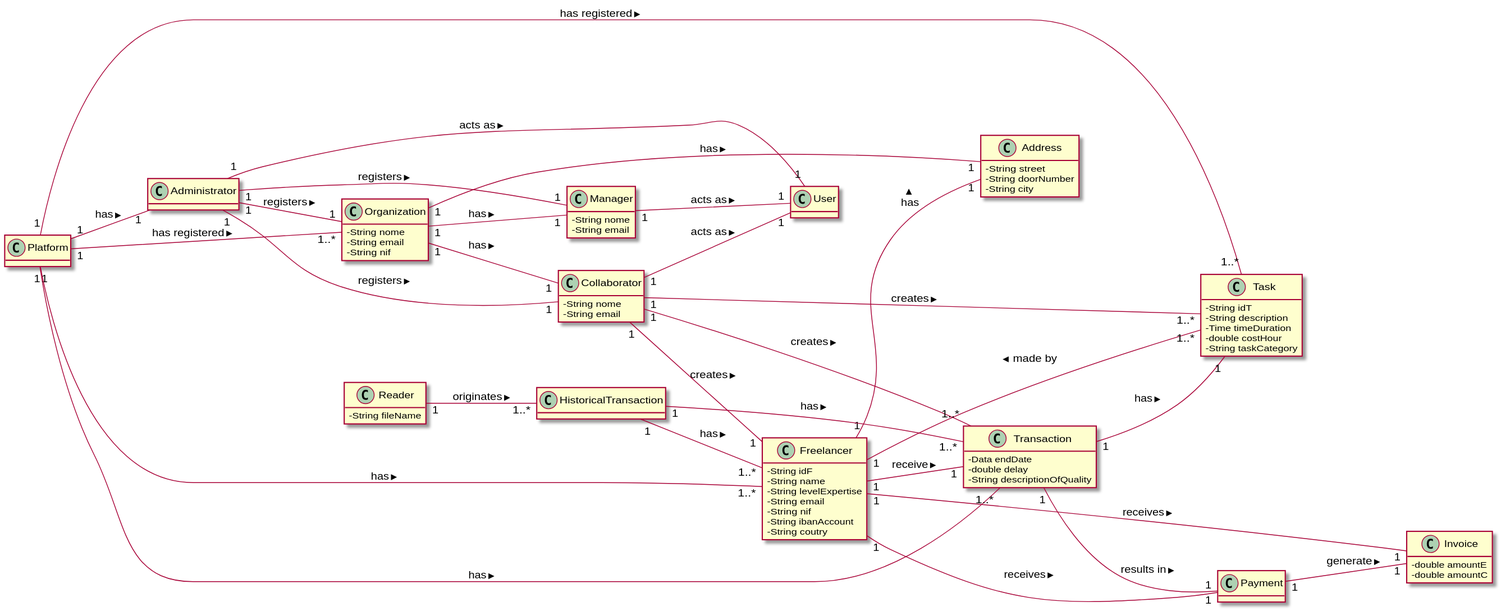
This is docs/MD/LAPR2_MD.svg from 1190452/LAPR2, a PlantUML export, as it was before one commit. Source of this version:
```plantuml
@startuml
skinparam classAttributeIconSize 0
hide methods
left to right direction

class Platform{
}
class Freelancer {
  -String idF
  -String name
  -String levelExpertise
  -String email
  -String nif
  -String ibanAccount
  -String coutry
}

class Organization {
  -String nome
  -String email
  -String nif
}

class Collaborator{
  -String nome
  -String email
}

class Task {
  -String idT
  -String description
  -Time timeDuration
  -double costHour
  -String taskCategory
}

class Manager {
  -String nome
  -String email
}

class User {
}

class Invoice {
  -double amountE
  -double amountC
}

class Transaction {
  -Data endDate
  -double delay
  -String descriptionOfQuality
}

class Address{
  -String street
  -String doorNumber
  -String city
}

class Administrator {
}

class Payment{
}

class Reader {
  -String fileName
}

class HistoricalTransaction{
}

Freelancer "1" -- "1" Transaction: receive >
Freelancer "1" -- "1" Invoice: receives >
Freelancer "1" -- "1" Payment: receives >
Freelancer "1" -- "1" Address: has >

Task "1..*" -- "1" Freelancer: made by >

Platform "1" -- "1..*" Transaction: has >
Platform "1" -- "1" Administrator: has >
Platform "1" -- "1..*" Organization: has registered >
Platform "1" -- "1..*" Freelancer: has >
Platform "1" -- "1..*" Task: has registered >

Organization "1" -- "1" Address: has >
Organization "1" -- "1" Manager: has >
Organization "1" -- "1" Collaborator: has >

Manager "1" -- "1" User: acts as >

Administrator "1" -- "1" Organization: registers >
Administrator "1" -- "1" User: acts as >
Administrator "1" -- "1" Collaborator: registers >
Administrator "1" -- "1" Manager: registers >

Transaction "1" -- "1" Payment: results in >
Transaction "1" -- "1" Task: has >


Payment "1" -- "1" Invoice: generate >


Reader "1" -- "1..*" HistoricalTransaction: originates >

HistoricalTransaction "1" -- "1..*" Transaction: has >
HistoricalTransaction "1" -- "1..*" Freelancer: has >

Collaborator "1" -- "1" Freelancer: creates >
Collaborator "1" -- "1..*" Task: creates >
Collaborator "1" -- "1..*" Transaction: creates >
Collaborator "1" -- "1" User: acts as >
@enduml
```
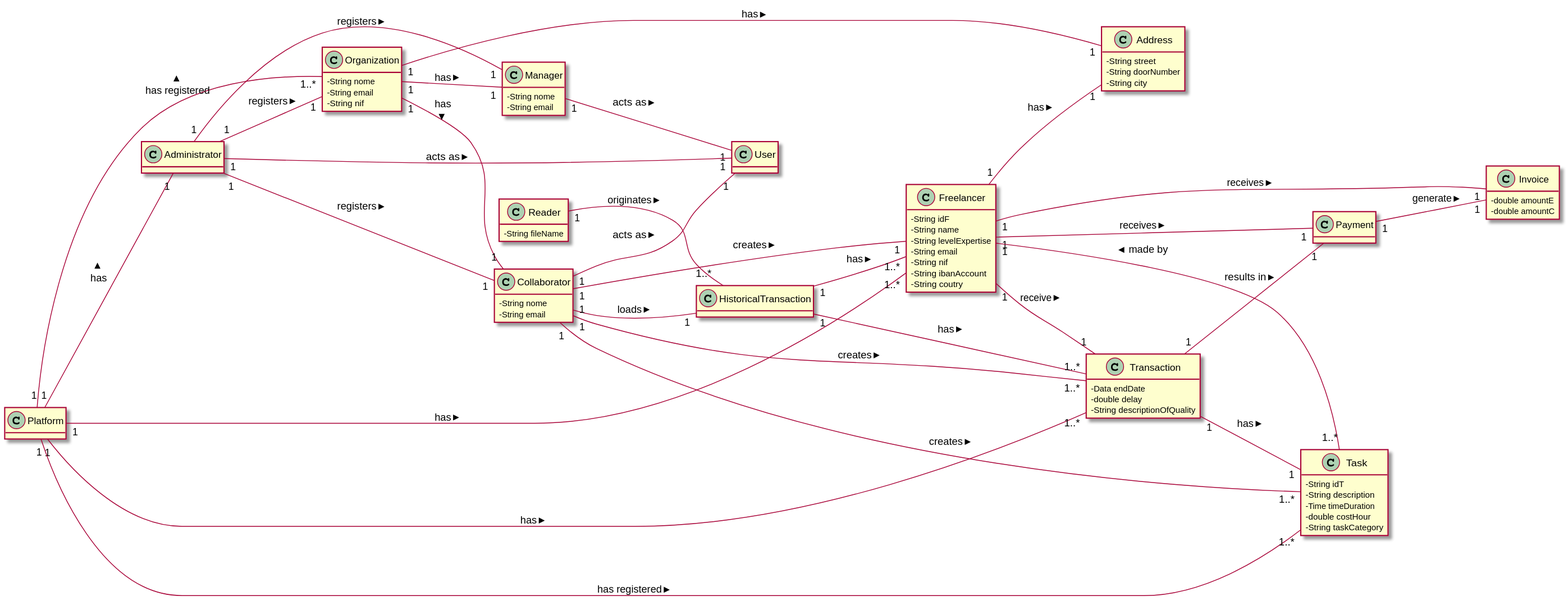
The same diagram one commit later.

Diff of the diagram source:
```diff
@@ -112,4 +112,8 @@
 Collaborator "1" -- "1..*" Task: creates >
 Collaborator "1" -- "1..*" Transaction: creates >
 Collaborator "1" -- "1" User: acts as >
+Collaborator "1" -- "1" HistoricalTransaction: loads >
+
+
+
 @enduml
```
